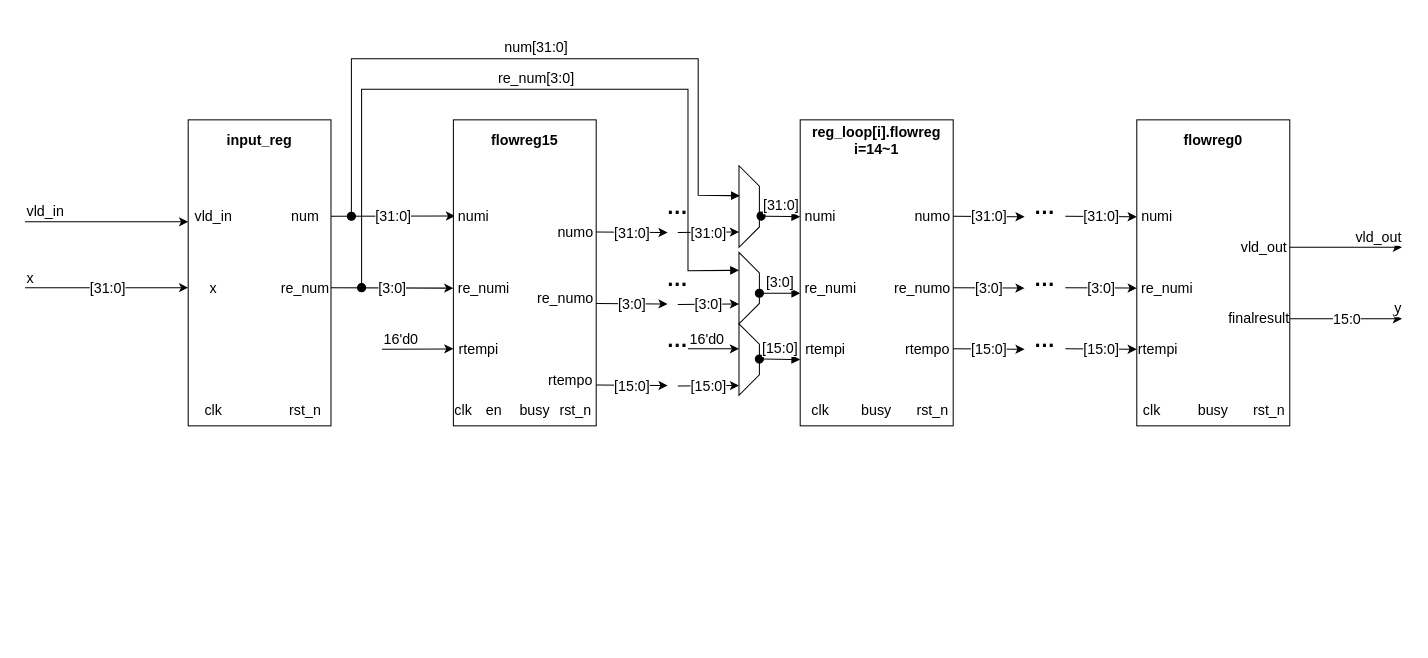
Katharine-0331/files keeps this draw.io diagram as square_root_arch.drawio. Above is the earlier version. Source tidied: cells renumbered, new cells numbered last; positions are measured from the earlier drawing's top-left corner, leaving out a move shared by most shapes. Both pictures are drawn from the tidied source at 102%, with x=0, y=0 at pixel (24, 58).
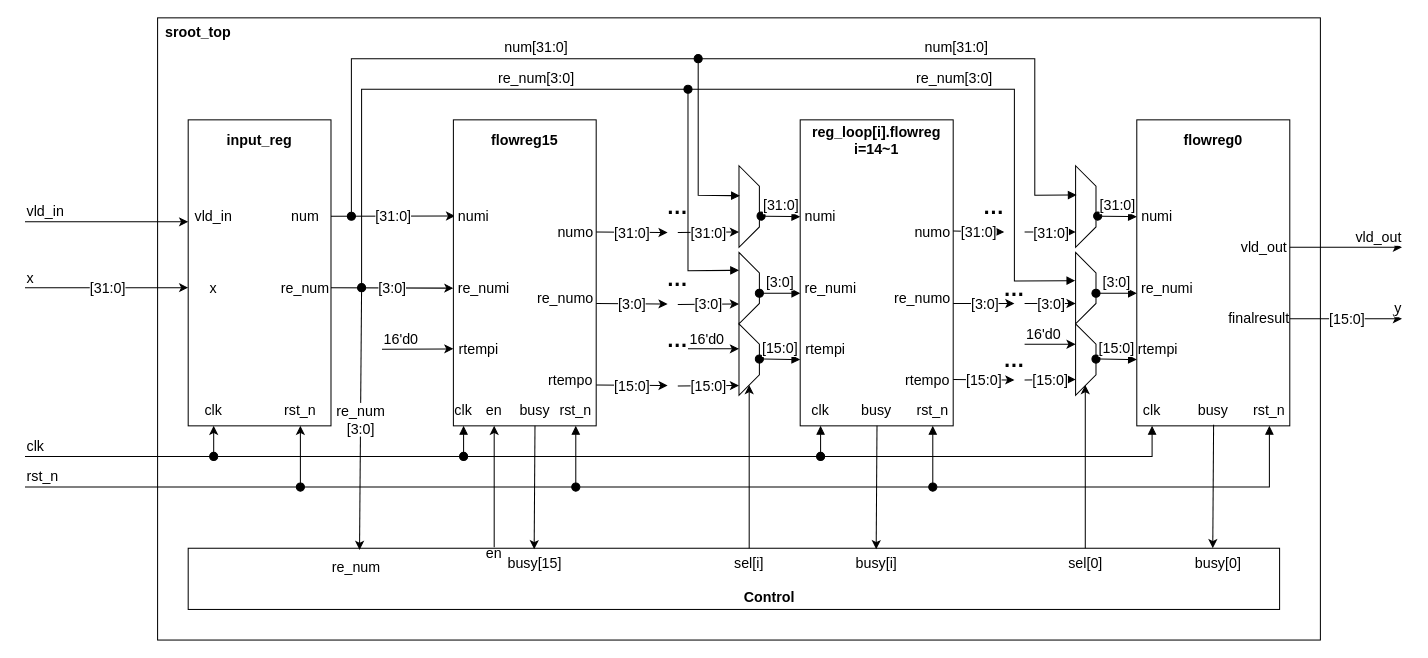
After the change.

Unchanged cells that the change refers to:
```xml
<mxCell id="4" value="clk" style="text;html=1;strokeColor=none;fillColor=none;align=center;verticalAlign=middle;whiteSpace=wrap;rounded=0;fontSize=14;" parent="1" vertex="1">
  <mxGeometry x="160" y="330" width="50" height="30" as="geometry" />
</mxCell>
<mxCell id="22" value="rst_n" style="text;html=1;strokeColor=none;fillColor=none;align=center;verticalAlign=middle;whiteSpace=wrap;rounded=0;fontSize=14;" parent="1" vertex="1">
  <mxGeometry x="515" y="330" width="50" height="30" as="geometry" />
</mxCell>
<mxCell id="23" value="en" style="text;html=1;strokeColor=none;fillColor=none;align=center;verticalAlign=middle;whiteSpace=wrap;rounded=0;fontSize=14;" parent="1" vertex="1">
  <mxGeometry x="430" y="330" width="60" height="30" as="geometry" />
</mxCell>
<mxCell id="35" value="clk" style="text;html=1;strokeColor=none;fillColor=none;align=center;verticalAlign=middle;whiteSpace=wrap;rounded=0;fontSize=14;" parent="1" vertex="1">
  <mxGeometry x="755" y="330" width="50" height="30" as="geometry" />
</mxCell>
<mxCell id="37" value="rst_n" style="text;html=1;strokeColor=none;fillColor=none;align=center;verticalAlign=middle;whiteSpace=wrap;rounded=0;fontSize=14;" parent="1" vertex="1">
  <mxGeometry x="865" y="330" width="50" height="30" as="geometry" />
</mxCell>
<mxCell id="61" value="clk" style="text;html=1;strokeColor=none;fillColor=none;align=center;verticalAlign=middle;whiteSpace=wrap;rounded=0;fontSize=14;" parent="1" vertex="1">
  <mxGeometry x="1080" y="330" width="50" height="30" as="geometry" />
</mxCell>
<mxCell id="63" value="rst_n" style="text;html=1;strokeColor=none;fillColor=none;align=center;verticalAlign=middle;whiteSpace=wrap;rounded=0;fontSize=14;" parent="1" vertex="1">
  <mxGeometry x="1195" y="330" width="50" height="30" as="geometry" />
</mxCell>
<mxCell id="80" style="endArrow=classic;html=1;rounded=0;fontSize=14;" parent="1" edge="1">
  <mxGeometry relative="1" as="geometry">
    <mxPoint x="1240" y="255" as="sourcePoint" />
    <mxPoint x="1350" y="255" as="targetPoint" />
  </mxGeometry>
</mxCell>
<mxCell id="89" style="shape=trapezoid;perimeter=trapezoidPerimeter;whiteSpace=wrap;html=1;fixedSize=1;fontSize=14;direction=south;" parent="1" vertex="1">
  <mxGeometry x="700" y="260" width="20" height="70" as="geometry" />
</mxCell>
```

Diff of the diagram source:
```diff
@@
     <mxCell id="5" value="rst_n" style="text;html=1;strokeColor=none;fillColor=none;align=center;verticalAlign=middle;whiteSpace=wrap;rounded=0;fontSize=14;" parent="1" vertex="1">
-      <mxGeometry x="250" y="330" width="50" height="30" as="geometry" />
+      <mxGeometry x="245" y="330" width="50" height="30" as="geometry" />
     </mxCell>
@@
     <mxCell id="41" value="numo" style="text;html=1;strokeColor=none;fillColor=none;align=center;verticalAlign=middle;whiteSpace=wrap;rounded=0;fontSize=14;" parent="1" vertex="1">
-      <mxGeometry x="860" y="140" width="60" height="30" as="geometry" />
+      <mxGeometry x="860" y="155" width="60" height="30" as="geometry" />
     </mxCell>
     <mxCell id="42" value="re_numo" style="text;html=1;strokeColor=none;fillColor=none;align=center;verticalAlign=middle;whiteSpace=wrap;rounded=0;fontSize=14;" parent="1" vertex="1">
-      <mxGeometry x="850" y="210" width="60" height="30" as="geometry" />
+      <mxGeometry x="850" y="220" width="60" height="30" as="geometry" />
     </mxCell>
     <mxCell id="43" value="rtempo" style="text;html=1;strokeColor=none;fillColor=none;align=center;verticalAlign=middle;whiteSpace=wrap;rounded=0;fontSize=14;" parent="1" vertex="1">
-      <mxGeometry x="855" y="270" width="60" height="30" as="geometry" />
+      <mxGeometry x="855" y="300" width="60" height="30" as="geometry" />
     </mxCell>
@@
     <mxCell id="53" style="endArrow=classic;html=1;rounded=0;fontSize=14;" parent="1" edge="1">
       <mxGeometry relative="1" as="geometry">
-        <mxPoint x="910" y="154.5" as="sourcePoint" />
-        <mxPoint x="980" y="155" as="targetPoint" />
+        <mxPoint x="910" y="169" as="sourcePoint" />
+        <mxPoint x="960" y="170" as="targetPoint" />
       </mxGeometry>
     </mxCell>
@@
     <mxCell id="55" style="endArrow=classic;html=1;rounded=0;fontSize=14;" parent="1" edge="1">
       <mxGeometry relative="1" as="geometry">
-        <mxPoint x="910" y="224.5" as="sourcePoint" />
-        <mxPoint x="980" y="225" as="targetPoint" />
+        <mxPoint x="910" y="240" as="sourcePoint" />
+        <mxPoint x="970" y="240" as="targetPoint" />
       </mxGeometry>
     </mxCell>
@@
     <mxCell id="57" style="endArrow=classic;html=1;rounded=0;fontSize=14;" parent="1" edge="1">
       <mxGeometry relative="1" as="geometry">
-        <mxPoint x="910" y="284.5" as="sourcePoint" />
-        <mxPoint x="980" y="285" as="targetPoint" />
+        <mxPoint x="910" y="314.5" as="sourcePoint" />
+        <mxPoint x="970" y="315" as="targetPoint" />
       </mxGeometry>
     </mxCell>
@@
-    <mxCell id="69" style="endArrow=classic;html=1;rounded=0;fontSize=14;" parent="1" edge="1">
-      <mxGeometry relative="1" as="geometry">
-        <mxPoint x="1020" y="154.5" as="sourcePoint" />
-        <mxPoint x="1090" y="155" as="targetPoint" />
-      </mxGeometry>
-    </mxCell>
-    <mxCell id="70" value="[31:0]" style="edgeLabel;html=1;align=center;verticalAlign=middle;fontSize=14;" parent="69" vertex="1">
-      <mxGeometry relative="1" as="geometry" />
-    </mxCell>
-    <mxCell id="71" style="endArrow=classic;html=1;rounded=0;fontSize=14;" parent="1" edge="1">
-      <mxGeometry relative="1" as="geometry">
-        <mxPoint x="1020" y="224.5" as="sourcePoint" />
-        <mxPoint x="1090" y="225" as="targetPoint" />
-      </mxGeometry>
-    </mxCell>
-    <mxCell id="72" value="[3:0]" style="edgeLabel;html=1;align=center;verticalAlign=middle;fontSize=14;" parent="71" vertex="1">
-      <mxGeometry relative="1" as="geometry" />
-    </mxCell>
-    <mxCell id="73" style="endArrow=classic;html=1;rounded=0;fontSize=14;" parent="1" edge="1">
-      <mxGeometry relative="1" as="geometry">
-        <mxPoint x="1020" y="284.5" as="sourcePoint" />
-        <mxPoint x="1090" y="285" as="targetPoint" />
-      </mxGeometry>
-    </mxCell>
-    <mxCell id="74" value="[15:0]" style="edgeLabel;html=1;align=center;verticalAlign=middle;fontSize=14;" parent="73" vertex="1">
-      <mxGeometry relative="1" as="geometry" />
-    </mxCell>
     <mxCell id="75" value="&lt;b&gt;&lt;font style=&quot;font-size: 21px;&quot;&gt;…&lt;/font&gt;&lt;/b&gt;" style="text;html=1;strokeColor=none;fillColor=none;align=center;verticalAlign=middle;whiteSpace=wrap;rounded=0;fontSize=14;" parent="1" vertex="1">
-      <mxGeometry x="970" y="130" width="60" height="30" as="geometry" />
+      <mxGeometry x="920" y="130" width="60" height="30" as="geometry" />
     </mxCell>
     <mxCell id="76" value="&lt;b&gt;&lt;font style=&quot;font-size: 21px;&quot;&gt;…&lt;/font&gt;&lt;/b&gt;" style="text;html=1;strokeColor=none;fillColor=none;align=center;verticalAlign=middle;whiteSpace=wrap;rounded=0;fontSize=14;" parent="1" vertex="1">
-      <mxGeometry x="970" y="200" width="60" height="30" as="geometry" />
+      <mxGeometry x="940" y="210" width="60" height="30" as="geometry" />
     </mxCell>
     <mxCell id="77" value="&lt;b&gt;&lt;font style=&quot;font-size: 21px;&quot;&gt;…&lt;/font&gt;&lt;/b&gt;" style="text;html=1;strokeColor=none;fillColor=none;align=center;verticalAlign=middle;whiteSpace=wrap;rounded=0;fontSize=14;" parent="1" vertex="1">
-      <mxGeometry x="970" y="260" width="60" height="30" as="geometry" />
+      <mxGeometry x="940" y="280" width="60" height="30" as="geometry" />
     </mxCell>
@@
-    <mxCell id="81" value="15:0" style="edgeLabel;html=1;align=center;verticalAlign=middle;fontSize=14;" parent="80" vertex="1">
+    <mxCell id="81" value="[15:0]" style="edgeLabel;html=1;align=center;verticalAlign=middle;fontSize=14;" parent="80" vertex="1">
       <mxGeometry relative="1" as="geometry" />
     </mxCell>
@@
+    <mxCell id="99" style="shape=trapezoid;perimeter=trapezoidPerimeter;whiteSpace=wrap;html=1;fixedSize=1;fontSize=14;direction=south;" parent="1" vertex="1">
+      <mxGeometry x="1030" y="105" width="20" height="80" as="geometry" />
+    </mxCell>
+    <mxCell id="100" value="[31:0]" style="html=1;verticalAlign=bottom;startArrow=oval;startFill=1;endArrow=block;startSize=8;rounded=0;fontSize=14;exitX=0.617;exitY=-0.083;exitDx=0;exitDy=0;exitPerimeter=0;" parent="1" edge="1" source="99">
+      <mxGeometry relative="1" as="geometry">
+        <mxPoint x="1090" y="155" as="targetPoint" />
+      </mxGeometry>
+    </mxCell>
+    <mxCell id="101" style="shape=trapezoid;perimeter=trapezoidPerimeter;whiteSpace=wrap;html=1;fixedSize=1;fontSize=14;direction=south;" parent="1" vertex="1">
+      <mxGeometry x="1030" y="190" width="20" height="70" as="geometry" />
+    </mxCell>
+    <mxCell id="102" style="shape=trapezoid;perimeter=trapezoidPerimeter;whiteSpace=wrap;html=1;fixedSize=1;fontSize=14;direction=south;" parent="1" vertex="1">
+      <mxGeometry x="1030" y="260" width="20" height="70" as="geometry" />
+    </mxCell>
+    <mxCell id="103" value="[3:0]" style="html=1;verticalAlign=bottom;startArrow=oval;startFill=1;endArrow=block;startSize=8;rounded=0;fontSize=14;" parent="1" edge="1">
+      <mxGeometry relative="1" as="geometry">
+        <mxPoint x="1050" y="230" as="sourcePoint" />
+        <mxPoint x="1090" y="230" as="targetPoint" />
+      </mxGeometry>
+    </mxCell>
+    <mxCell id="104" value="[15:0]" style="html=1;verticalAlign=bottom;startArrow=oval;startFill=1;endArrow=block;startSize=8;rounded=0;fontSize=14;" parent="1" edge="1">
+      <mxGeometry relative="1" as="geometry">
+        <mxPoint x="1050" y="294.5" as="sourcePoint" />
+        <mxPoint x="1090" y="295" as="targetPoint" />
+      </mxGeometry>
+    </mxCell>
+    <mxCell id="105" style="endArrow=classic;html=1;rounded=0;fontSize=14;" parent="1" edge="1">
+      <mxGeometry relative="1" as="geometry">
+        <mxPoint x="980" y="315" as="sourcePoint" />
+        <mxPoint x="1030" y="314.5" as="targetPoint" />
+      </mxGeometry>
+    </mxCell>
+    <mxCell id="74" value="[15:0]" style="edgeLabel;html=1;align=center;verticalAlign=middle;fontSize=14;" parent="105" vertex="1">
+      <mxGeometry relative="1" as="geometry" />
+    </mxCell>
+    <mxCell id="106" style="endArrow=classic;html=1;rounded=0;fontSize=14;" parent="1" edge="1">
+      <mxGeometry relative="1" as="geometry">
+        <mxPoint x="980" y="280" as="sourcePoint" />
+        <mxPoint x="1030" y="280" as="targetPoint" />
+      </mxGeometry>
+    </mxCell>
+    <mxCell id="107" value="16'd0" style="edgeLabel;html=1;align=left;verticalAlign=bottom;fontSize=14;" parent="106" vertex="1">
+      <mxGeometry x="-1" relative="1" as="geometry" />
+    </mxCell>
+    <mxCell id="108" style="endArrow=classic;html=1;rounded=0;fontSize=14;" parent="1" edge="1">
+      <mxGeometry relative="1" as="geometry">
+        <mxPoint x="980" y="240" as="sourcePoint" />
+        <mxPoint x="1030" y="240" as="targetPoint" />
+      </mxGeometry>
+    </mxCell>
+    <mxCell id="72" value="[3:0]" style="edgeLabel;html=1;align=center;verticalAlign=middle;fontSize=14;" parent="108" vertex="1">
+      <mxGeometry relative="1" as="geometry" />
+    </mxCell>
+    <mxCell id="109" style="endArrow=classic;html=1;rounded=0;fontSize=14;" parent="1" edge="1">
+      <mxGeometry relative="1" as="geometry">
+        <mxPoint x="980" y="170" as="sourcePoint" />
+        <mxPoint x="1030" y="170" as="targetPoint" />
+      </mxGeometry>
+    </mxCell>
+    <mxCell id="70" value="[31:0]" style="edgeLabel;html=1;align=center;verticalAlign=middle;fontSize=14;" parent="109" vertex="1">
+      <mxGeometry relative="1" as="geometry" />
+    </mxCell>
+    <mxCell id="110" value="num[31:0]" style="html=1;verticalAlign=bottom;startArrow=oval;startFill=1;endArrow=block;startSize=8;rounded=0;fontSize=14;entryX=0.358;entryY=0.95;entryDx=0;entryDy=0;entryPerimeter=0;" parent="1" edge="1" target="99">
+      <mxGeometry relative="1" as="geometry">
+        <mxPoint x="660" as="sourcePoint" />
+        <Array as="points">
+          <mxPoint x="990" />
+          <mxPoint x="990" y="134" />
+        </Array>
+      </mxGeometry>
+    </mxCell>
+    <mxCell id="111" value="re_num[3:0]" style="html=1;verticalAlign=bottom;startArrow=oval;startFill=1;endArrow=block;startSize=8;rounded=0;fontSize=14;entryX=0.395;entryY=1.017;entryDx=0;entryDy=0;entryPerimeter=0;" parent="1" edge="1" target="101">
+      <mxGeometry x="-0.08" relative="1" as="geometry">
+        <mxPoint x="650" y="30" as="sourcePoint" />
+        <Array as="points">
+          <mxPoint x="970" y="30" />
+          <mxPoint x="970" y="218" />
+        </Array>
+      </mxGeometry>
+    </mxCell>
+    <mxCell id="112" style="rounded=0;whiteSpace=wrap;html=1;fontSize=14;" parent="1" vertex="1">
+      <mxGeometry x="160" y="480" width="1070" height="60" as="geometry" />
+    </mxCell>
+    <mxCell id="113" style="endArrow=classic;html=1;rounded=0;fontSize=14;entryX=0.5;entryY=1;entryDx=0;entryDy=0;" parent="1" edge="1" target="4">
+      <mxGeometry relative="1" as="geometry">
+        <mxPoint y="390" as="sourcePoint" />
+        <Array as="points">
+          <mxPoint x="185" y="390" />
+        </Array>
+      </mxGeometry>
+    </mxCell>
+    <mxCell id="114" value="clk" style="edgeLabel;html=1;align=left;verticalAlign=bottom;fontSize=14;" parent="113" vertex="1">
+      <mxGeometry x="-1" relative="1" as="geometry" />
+    </mxCell>
+    <mxCell id="115" style="endArrow=classic;html=1;rounded=0;fontSize=14;" parent="1" edge="1">
+      <mxGeometry relative="1" as="geometry">
+        <mxPoint y="420" as="sourcePoint" />
+        <mxPoint x="270" y="360" as="targetPoint" />
+        <Array as="points">
+          <mxPoint x="270" y="420" />
+        </Array>
+      </mxGeometry>
+    </mxCell>
+    <mxCell id="116" value="rst_n" style="edgeLabel;html=1;align=left;verticalAlign=bottom;fontSize=14;" parent="115" vertex="1">
+      <mxGeometry x="-1" relative="1" as="geometry" />
+    </mxCell>
+    <mxCell id="117" style="html=1;verticalAlign=bottom;startArrow=oval;startFill=1;endArrow=block;startSize=8;rounded=0;fontSize=14;entryX=0;entryY=1;entryDx=0;entryDy=0;" parent="1" edge="1" target="23">
+      <mxGeometry relative="1" as="geometry">
+        <mxPoint x="185" y="390" as="sourcePoint" />
+        <Array as="points">
+          <mxPoint x="430" y="390" />
+        </Array>
+      </mxGeometry>
+    </mxCell>
+    <mxCell id="118" style="html=1;verticalAlign=bottom;startArrow=oval;startFill=1;endArrow=block;startSize=8;rounded=0;fontSize=14;entryX=0.5;entryY=1;entryDx=0;entryDy=0;" parent="1" edge="1" target="35">
+      <mxGeometry relative="1" as="geometry">
+        <mxPoint x="430" y="390" as="sourcePoint" />
+        <Array as="points">
+          <mxPoint x="780" y="390" />
+        </Array>
+      </mxGeometry>
+    </mxCell>
+    <mxCell id="119" style="html=1;verticalAlign=bottom;startArrow=oval;startFill=1;endArrow=block;startSize=8;rounded=0;fontSize=14;entryX=0.5;entryY=1;entryDx=0;entryDy=0;" parent="1" edge="1" target="61">
+      <mxGeometry relative="1" as="geometry">
+        <mxPoint x="780" y="390" as="sourcePoint" />
+        <Array as="points">
+          <mxPoint x="1105" y="390" />
+        </Array>
+      </mxGeometry>
+    </mxCell>
+    <mxCell id="120" style="html=1;verticalAlign=bottom;startArrow=oval;startFill=1;endArrow=block;startSize=8;rounded=0;fontSize=14;entryX=0.5;entryY=1;entryDx=0;entryDy=0;" parent="1" edge="1" target="22">
+      <mxGeometry relative="1" as="geometry">
+        <mxPoint x="270" y="420" as="sourcePoint" />
+        <Array as="points">
+          <mxPoint x="540" y="420" />
+        </Array>
+      </mxGeometry>
+    </mxCell>
+    <mxCell id="121" style="html=1;verticalAlign=bottom;startArrow=oval;startFill=1;endArrow=block;startSize=8;rounded=0;fontSize=14;entryX=0.5;entryY=1;entryDx=0;entryDy=0;" parent="1" edge="1" target="37">
+      <mxGeometry relative="1" as="geometry">
+        <mxPoint x="540" y="420" as="sourcePoint" />
+        <Array as="points">
+          <mxPoint x="890" y="420" />
+        </Array>
+      </mxGeometry>
+    </mxCell>
+    <mxCell id="122" style="html=1;verticalAlign=bottom;startArrow=oval;startFill=1;endArrow=block;startSize=8;rounded=0;fontSize=14;entryX=0.5;entryY=1;entryDx=0;entryDy=0;" parent="1" edge="1" target="63">
+      <mxGeometry relative="1" as="geometry">
+        <mxPoint x="890" y="420" as="sourcePoint" />
+        <Array as="points">
+          <mxPoint x="1220" y="420" />
+        </Array>
+      </mxGeometry>
+    </mxCell>
+    <mxCell id="123" value="Control" style="text;align=center;fontStyle=1;verticalAlign=middle;spacingLeft=3;spacingRight=3;strokeColor=none;fontSize=14;" parent="1" vertex="1">
+      <mxGeometry x="690" y="514" width="80" height="26" as="geometry" />
+    </mxCell>
+    <mxCell id="124" value="re_num" style="text;html=1;strokeColor=none;fillColor=none;align=center;verticalAlign=middle;whiteSpace=wrap;rounded=0;fontSize=14;" parent="1" vertex="1">
+      <mxGeometry x="295" y="484" width="60" height="30" as="geometry" />
+    </mxCell>
+    <mxCell id="125" style="endArrow=classic;html=1;rounded=0;fontSize=14;entryX=0.157;entryY=0.028;entryDx=0;entryDy=0;entryPerimeter=0;" parent="1" edge="1" target="112">
+      <mxGeometry relative="1" as="geometry">
+        <mxPoint x="330" y="224.5" as="sourcePoint" />
+      </mxGeometry>
+    </mxCell>
+    <mxCell id="126" value="re_num&lt;br&gt;[3:0]" style="edgeLabel;html=1;align=center;verticalAlign=middle;fontSize=14;" parent="125" vertex="1">
+      <mxGeometry relative="1" as="geometry" />
+    </mxCell>
+    <mxCell id="127" style="endArrow=classic;html=1;rounded=0;fontSize=14;entryX=0.317;entryY=0.017;entryDx=0;entryDy=0;entryPerimeter=0;" parent="1" edge="1" target="112">
+      <mxGeometry relative="1" as="geometry">
+        <mxPoint x="500" y="360" as="sourcePoint" />
+      </mxGeometry>
+    </mxCell>
+    <mxCell id="128" style="endArrow=classic;html=1;rounded=0;fontSize=14;entryX=0.317;entryY=0.017;entryDx=0;entryDy=0;entryPerimeter=0;" parent="1" edge="1">
+      <mxGeometry relative="1" as="geometry">
+        <mxPoint x="835.3" y="360" as="sourcePoint" />
+        <mxPoint x="834.5" y="481" as="targetPoint" />
+      </mxGeometry>
+    </mxCell>
+    <mxCell id="129" style="endArrow=classic;html=1;rounded=0;fontSize=14;entryX=0.317;entryY=0.017;entryDx=0;entryDy=0;entryPerimeter=0;" parent="1" edge="1">
+      <mxGeometry relative="1" as="geometry">
+        <mxPoint x="1165.3" y="359" as="sourcePoint" />
+        <mxPoint x="1164.5" y="480" as="targetPoint" />
+      </mxGeometry>
+    </mxCell>
+    <mxCell id="130" value="busy[15]" style="text;html=1;strokeColor=none;fillColor=none;align=center;verticalAlign=middle;whiteSpace=wrap;rounded=0;fontSize=14;" parent="1" vertex="1">
+      <mxGeometry x="470" y="480" width="60" height="30" as="geometry" />
+    </mxCell>
+    <mxCell id="131" value="busy[i]" style="text;html=1;strokeColor=none;fillColor=none;align=center;verticalAlign=middle;whiteSpace=wrap;rounded=0;fontSize=14;" parent="1" vertex="1">
+      <mxGeometry x="805" y="480" width="60" height="30" as="geometry" />
+    </mxCell>
+    <mxCell id="132" value="busy[0]" style="text;html=1;strokeColor=none;fillColor=none;align=center;verticalAlign=middle;whiteSpace=wrap;rounded=0;fontSize=14;" parent="1" vertex="1">
+      <mxGeometry x="1140" y="480" width="60" height="30" as="geometry" />
+    </mxCell>
+    <mxCell id="133" style="endArrow=classic;html=1;rounded=0;fontSize=14;entryX=0.5;entryY=1;entryDx=0;entryDy=0;" parent="1" edge="1" target="23">
+      <mxGeometry relative="1" as="geometry">
+        <mxPoint x="460" y="479" as="sourcePoint" />
+      </mxGeometry>
+    </mxCell>
+    <mxCell id="134" value="en" style="text;html=1;strokeColor=none;fillColor=none;align=center;verticalAlign=middle;whiteSpace=wrap;rounded=0;fontSize=14;" parent="1" vertex="1">
+      <mxGeometry x="430" y="470" width="60" height="30" as="geometry" />
+    </mxCell>
+    <mxCell id="135" value="sel[i]" style="text;html=1;strokeColor=none;fillColor=none;align=center;verticalAlign=middle;whiteSpace=wrap;rounded=0;fontSize=14;" parent="1" vertex="1">
+      <mxGeometry x="680" y="480" width="60" height="30" as="geometry" />
+    </mxCell>
+    <mxCell id="136" style="endArrow=classic;html=1;rounded=0;fontSize=14;entryX=1;entryY=0.5;entryDx=0;entryDy=0;exitX=0.5;exitY=0;exitDx=0;exitDy=0;" parent="1" edge="1" source="135" target="89">
+      <mxGeometry relative="1" as="geometry" />
+    </mxCell>
+    <mxCell id="137" value="sel[0]" style="text;html=1;strokeColor=none;fillColor=none;align=center;verticalAlign=middle;whiteSpace=wrap;rounded=0;fontSize=14;" parent="1" vertex="1">
+      <mxGeometry x="1010" y="480" width="60" height="30" as="geometry" />
+    </mxCell>
+    <mxCell id="138" style="endArrow=classic;html=1;rounded=0;fontSize=14;entryX=1;entryY=0.5;entryDx=0;entryDy=0;exitX=0.5;exitY=0;exitDx=0;exitDy=0;" parent="1" edge="1">
+      <mxGeometry relative="1" as="geometry">
+        <mxPoint x="1039.5" y="480" as="sourcePoint" />
+        <mxPoint x="1039.5" y="320" as="targetPoint" />
+      </mxGeometry>
+    </mxCell>
+    <mxCell id="139" style="rounded=0;whiteSpace=wrap;html=1;fontSize=14;fillColor=none;" parent="1" vertex="1">
+      <mxGeometry x="130" y="-40" width="1140" height="610" as="geometry" />
+    </mxCell>
+    <mxCell id="140" value="sroot_top" style="text;align=center;fontStyle=1;verticalAlign=middle;spacingLeft=3;spacingRight=3;strokeColor=none;fontSize=14;fillColor=none;" parent="1" vertex="1">
+      <mxGeometry x="130" y="-40" width="80" height="26" as="geometry" />
+    </mxCell>
```
